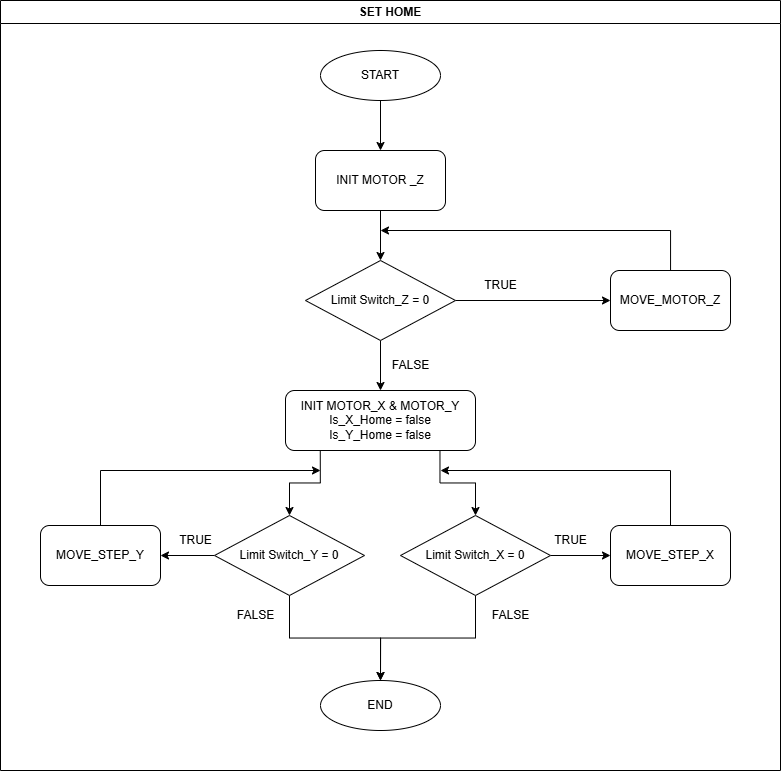
Earlier version of the draw.io export FLOWCHART/FLOWCHART-SET-HOME.png (Quynguyen34/CNC-Drill-Graduation-Project). Source tidied: cells renumbered, new cells last; positions are measured from the earlier drawing's top-left corner, leaving out a move shared by most shapes. Its diagram source:
```xml
<mxGraphModel>
  <root>
    <mxCell id="0" />
    <mxCell id="1" parent="0" />
    <mxCell id="2" style="edgeStyle=orthogonalEdgeStyle;rounded=0;jettySize=auto;html=1;" parent="1" edge="1" source="3" target="5">
      <mxGeometry relative="1" as="geometry" />
    </mxCell>
    <mxCell id="3" value="START" style="ellipse;whiteSpace=wrap;html=1;" parent="1" vertex="1">
      <mxGeometry x="320" y="50" width="120" height="50" as="geometry" />
    </mxCell>
    <mxCell id="4" style="edgeStyle=orthogonalEdgeStyle;rounded=0;jettySize=auto;html=1;" parent="1" edge="1" source="5" target="8">
      <mxGeometry relative="1" as="geometry" />
    </mxCell>
    <mxCell id="5" value="INIT MOTOR _Z" style="rounded=1;whiteSpace=wrap;html=1;" parent="1" vertex="1">
      <mxGeometry x="315" y="150" width="130" height="60" as="geometry" />
    </mxCell>
    <mxCell id="6" style="edgeStyle=orthogonalEdgeStyle;rounded=0;jettySize=auto;html=1;" parent="1" edge="1" source="8" target="10">
      <mxGeometry relative="1" as="geometry" />
    </mxCell>
    <mxCell id="7" style="edgeStyle=orthogonalEdgeStyle;rounded=0;jettySize=auto;html=1;" parent="1" edge="1" source="8" target="24">
      <mxGeometry relative="1" as="geometry" />
    </mxCell>
    <mxCell id="8" value="Limit Switch_Z = 0" style="rhombus;whiteSpace=wrap;html=1;" parent="1" vertex="1">
      <mxGeometry x="305" y="260" width="150" height="80" as="geometry" />
    </mxCell>
    <mxCell id="9" style="edgeStyle=orthogonalEdgeStyle;rounded=0;jettySize=auto;html=1;" parent="1" edge="1" source="10">
      <mxGeometry relative="1" as="geometry">
        <mxPoint x="380" y="230" as="targetPoint" />
        <Array as="points">
          <mxPoint x="670" y="230" />
        </Array>
      </mxGeometry>
    </mxCell>
    <mxCell id="10" value="MOVE_MOTOR_Z" style="rounded=1;whiteSpace=wrap;html=1;" parent="1" vertex="1">
      <mxGeometry x="610" y="270" width="120" height="60" as="geometry" />
    </mxCell>
    <mxCell id="11" value="TRUE" style="text;html=1;align=center;verticalAlign=middle;strokeColor=none;fillColor=none;" parent="1" vertex="1">
      <mxGeometry x="470" y="270" width="60" height="30" as="geometry" />
    </mxCell>
    <mxCell id="12" value="FALSE" style="text;html=1;align=center;verticalAlign=middle;strokeColor=none;fillColor=none;" parent="1" vertex="1">
      <mxGeometry x="380" y="350" width="60" height="30" as="geometry" />
    </mxCell>
    <mxCell id="13" style="edgeStyle=orthogonalEdgeStyle;rounded=0;jettySize=auto;html=1;" parent="1" edge="1" source="15" target="16">
      <mxGeometry relative="1" as="geometry" />
    </mxCell>
    <mxCell id="14" style="edgeStyle=orthogonalEdgeStyle;rounded=0;jettySize=auto;html=1;" parent="1" edge="1" source="15" target="26">
      <mxGeometry relative="1" as="geometry" />
    </mxCell>
    <mxCell id="15" value="Limit Switch_X = 0" style="rhombus;whiteSpace=wrap;html=1;" parent="1" vertex="1">
      <mxGeometry x="400" y="515" width="150" height="80" as="geometry" />
    </mxCell>
    <mxCell id="16" value="MOVE_STEP_X" style="rounded=1;whiteSpace=wrap;html=1;" parent="1" vertex="1">
      <mxGeometry x="610" y="525" width="120" height="60" as="geometry" />
    </mxCell>
    <mxCell id="17" style="edgeStyle=orthogonalEdgeStyle;rounded=0;jettySize=auto;html=1;" parent="1" edge="1" source="19" target="20">
      <mxGeometry relative="1" as="geometry" />
    </mxCell>
    <mxCell id="18" style="edgeStyle=orthogonalEdgeStyle;rounded=0;jettySize=auto;html=1;" parent="1" edge="1" source="19" target="26">
      <mxGeometry relative="1" as="geometry" />
    </mxCell>
    <mxCell id="19" value="Limit Switch_Y = 0" style="rhombus;whiteSpace=wrap;html=1;" parent="1" vertex="1">
      <mxGeometry x="214" y="515" width="150" height="80" as="geometry" />
    </mxCell>
    <mxCell id="20" value="MOVE_STEP_Y" style="rounded=1;whiteSpace=wrap;html=1;" parent="1" vertex="1">
      <mxGeometry x="40" y="525" width="120" height="60" as="geometry" />
    </mxCell>
    <mxCell id="21" value="TRUE" style="text;html=1;align=center;verticalAlign=middle;strokeColor=none;fillColor=none;" parent="1" vertex="1">
      <mxGeometry x="540" y="525" width="60" height="30" as="geometry" />
    </mxCell>
    <mxCell id="22" value="TRUE" style="text;html=1;align=center;verticalAlign=middle;strokeColor=none;fillColor=none;" parent="1" vertex="1">
      <mxGeometry x="165" y="525" width="60" height="30" as="geometry" />
    </mxCell>
    <mxCell id="23" style="edgeStyle=orthogonalEdgeStyle;rounded=0;jettySize=auto;html=1;entryX=0.5;entryY=0;entryDx=0;entryDy=0;exitX=0.813;exitY=0.987;exitDx=0;exitDy=0;exitPerimeter=0;" parent="1" edge="1" source="24" target="15">
      <mxGeometry relative="1" as="geometry" />
    </mxCell>
    <mxCell id="24" value="INIT MOTOR_X &amp;amp; MOTOR_Y&lt;div&gt;Is_X_Home = false&lt;/div&gt;&lt;div&gt;Is_Y_Home = false&lt;/div&gt;" style="rounded=1;whiteSpace=wrap;html=1;" parent="1" vertex="1">
      <mxGeometry x="285" y="390" width="190" height="60" as="geometry" />
    </mxCell>
    <mxCell id="25" style="edgeStyle=orthogonalEdgeStyle;rounded=0;jettySize=auto;html=1;entryX=0.5;entryY=0;entryDx=0;entryDy=0;exitX=0.183;exitY=1.008;exitDx=0;exitDy=0;exitPerimeter=0;" parent="1" edge="1" source="24" target="19">
      <mxGeometry relative="1" as="geometry" />
    </mxCell>
    <mxCell id="26" value="END" style="ellipse;whiteSpace=wrap;html=1;" parent="1" vertex="1">
      <mxGeometry x="320" y="680" width="120" height="50" as="geometry" />
    </mxCell>
    <mxCell id="27" value="FALSE" style="text;html=1;align=center;verticalAlign=middle;strokeColor=none;fillColor=none;" parent="1" vertex="1">
      <mxGeometry x="225" y="600" width="60" height="30" as="geometry" />
    </mxCell>
    <mxCell id="28" value="FALSE" style="text;html=1;align=center;verticalAlign=middle;strokeColor=none;fillColor=none;" parent="1" vertex="1">
      <mxGeometry x="480" y="600" width="60" height="30" as="geometry" />
    </mxCell>
    <mxCell id="29" value="SET HOME" style="swimlane;whiteSpace=wrap;html=1;" parent="1" vertex="1">
      <mxGeometry width="780" height="770" as="geometry" />
    </mxCell>
    <mxCell id="30" style="endArrow=classic;html=1;rounded=0;exitX=0.5;exitY=0;exitDx=0;exitDy=0;" parent="1" edge="1" source="16">
      <mxGeometry relative="1" as="geometry">
        <mxPoint x="440" y="470" as="targetPoint" />
        <Array as="points">
          <mxPoint x="670" y="470" />
        </Array>
      </mxGeometry>
    </mxCell>
    <mxCell id="31" style="endArrow=classic;html=1;rounded=0;exitX=0.5;exitY=0;exitDx=0;exitDy=0;" parent="1" edge="1" source="20">
      <mxGeometry relative="1" as="geometry">
        <mxPoint x="320" y="470" as="targetPoint" />
        <Array as="points">
          <mxPoint x="100" y="470" />
        </Array>
      </mxGeometry>
    </mxCell>
  </root>
</mxGraphModel>
```
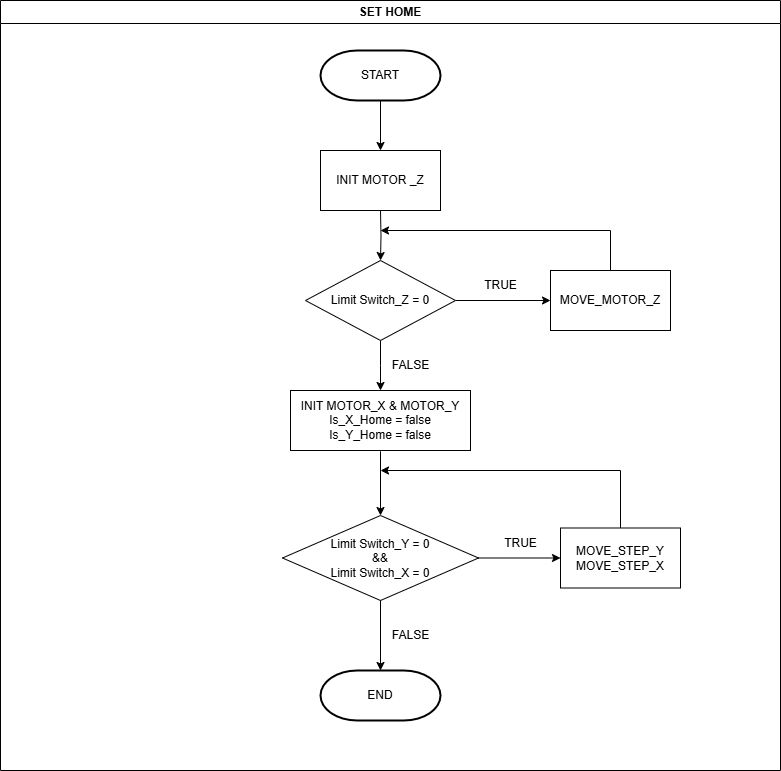
Later version of the same file.

Diff of the diagram source:
```diff
@@ -2,110 +2,98 @@
   <root>
     <mxCell id="0" />
     <mxCell id="1" parent="0" />
-    <mxCell id="2" style="edgeStyle=orthogonalEdgeStyle;rounded=0;jettySize=auto;html=1;" parent="1" edge="1" source="3" target="5">
-      <mxGeometry relative="1" as="geometry" />
-    </mxCell>
-    <mxCell id="3" value="START" style="ellipse;whiteSpace=wrap;html=1;" parent="1" vertex="1">
-      <mxGeometry x="320" y="50" width="120" height="50" as="geometry" />
-    </mxCell>
-    <mxCell id="4" style="edgeStyle=orthogonalEdgeStyle;rounded=0;jettySize=auto;html=1;" parent="1" edge="1" source="5" target="8">
-      <mxGeometry relative="1" as="geometry" />
+    <mxCell id="4" style="edgeStyle=orthogonalEdgeStyle;rounded=0;jettySize=auto;html=1;" parent="1" edge="1" target="8">
+      <mxGeometry relative="1" as="geometry">
+        <mxPoint x="380" y="210" as="sourcePoint" />
+      </mxGeometry>
     </mxCell>
-    <mxCell id="5" value="INIT MOTOR _Z" style="rounded=1;whiteSpace=wrap;html=1;" parent="1" vertex="1">
-      <mxGeometry x="315" y="150" width="130" height="60" as="geometry" />
-    </mxCell>
-    <mxCell id="6" style="edgeStyle=orthogonalEdgeStyle;rounded=0;jettySize=auto;html=1;" parent="1" edge="1" source="8" target="10">
-      <mxGeometry relative="1" as="geometry" />
+    <mxCell id="6" style="edgeStyle=orthogonalEdgeStyle;rounded=0;jettySize=auto;html=1;" parent="1" edge="1" source="8">
+      <mxGeometry relative="1" as="geometry">
+        <mxPoint x="550" y="300" as="targetPoint" />
+      </mxGeometry>
     </mxCell>
-    <mxCell id="7" style="edgeStyle=orthogonalEdgeStyle;rounded=0;jettySize=auto;html=1;" parent="1" edge="1" source="8" target="24">
-      <mxGeometry relative="1" as="geometry" />
+    <mxCell id="7" style="edgeStyle=orthogonalEdgeStyle;rounded=0;jettySize=auto;html=1;" parent="1" edge="1" source="8">
+      <mxGeometry relative="1" as="geometry">
+        <mxPoint x="380" y="390" as="targetPoint" />
+      </mxGeometry>
     </mxCell>
     <mxCell id="8" value="Limit Switch_Z = 0" style="rhombus;whiteSpace=wrap;html=1;" parent="1" vertex="1">
       <mxGeometry x="305" y="260" width="150" height="80" as="geometry" />
     </mxCell>
-    <mxCell id="9" style="edgeStyle=orthogonalEdgeStyle;rounded=0;jettySize=auto;html=1;" parent="1" edge="1" source="10">
+    <mxCell id="9" style="edgeStyle=orthogonalEdgeStyle;rounded=0;orthogonalLoop=1;jettySize=auto;html=1;exitX=0.5;exitY=0;exitDx=0;exitDy=0;" parent="1" edge="1">
       <mxGeometry relative="1" as="geometry">
+        <mxPoint x="610" y="270" as="sourcePoint" />
         <mxPoint x="380" y="230" as="targetPoint" />
         <Array as="points">
-          <mxPoint x="670" y="230" />
+          <mxPoint x="610" y="230" />
         </Array>
       </mxGeometry>
     </mxCell>
-    <mxCell id="10" value="MOVE_MOTOR_Z" style="rounded=1;whiteSpace=wrap;html=1;" parent="1" vertex="1">
-      <mxGeometry x="610" y="270" width="120" height="60" as="geometry" />
-    </mxCell>
     <mxCell id="11" value="TRUE" style="text;html=1;align=center;verticalAlign=middle;strokeColor=none;fillColor=none;" parent="1" vertex="1">
       <mxGeometry x="470" y="270" width="60" height="30" as="geometry" />
     </mxCell>
     <mxCell id="12" value="FALSE" style="text;html=1;align=center;verticalAlign=middle;strokeColor=none;fillColor=none;" parent="1" vertex="1">
       <mxGeometry x="380" y="350" width="60" height="30" as="geometry" />
     </mxCell>
-    <mxCell id="13" style="edgeStyle=orthogonalEdgeStyle;rounded=0;jettySize=auto;html=1;" parent="1" edge="1" source="15" target="16">
-      <mxGeometry relative="1" as="geometry" />
-    </mxCell>
-    <mxCell id="14" style="edgeStyle=orthogonalEdgeStyle;rounded=0;jettySize=auto;html=1;" parent="1" edge="1" source="15" target="26">
-      <mxGeometry relative="1" as="geometry" />
-    </mxCell>
-    <mxCell id="15" value="Limit Switch_X = 0" style="rhombus;whiteSpace=wrap;html=1;" parent="1" vertex="1">
-      <mxGeometry x="400" y="515" width="150" height="80" as="geometry" />
-    </mxCell>
-    <mxCell id="16" value="MOVE_STEP_X" style="rounded=1;whiteSpace=wrap;html=1;" parent="1" vertex="1">
-      <mxGeometry x="610" y="525" width="120" height="60" as="geometry" />
-    </mxCell>
-    <mxCell id="17" style="edgeStyle=orthogonalEdgeStyle;rounded=0;jettySize=auto;html=1;" parent="1" edge="1" source="19" target="20">
-      <mxGeometry relative="1" as="geometry" />
-    </mxCell>
-    <mxCell id="18" style="edgeStyle=orthogonalEdgeStyle;rounded=0;jettySize=auto;html=1;" parent="1" edge="1" source="19" target="26">
-      <mxGeometry relative="1" as="geometry" />
-    </mxCell>
+    <mxCell id="25" style="edgeStyle=orthogonalEdgeStyle;rounded=0;jettySize=auto;html=1;entryX=0.5;entryY=0;entryDx=0;entryDy=0;" parent="1" edge="1" target="19">
+      <mxGeometry relative="1" as="geometry">
+        <mxPoint x="380" y="450" as="sourcePoint" />
+        <Array as="points">
+          <mxPoint x="380" y="451" />
+        </Array>
+      </mxGeometry>
+    </mxCell>
+    <mxCell id="29" value="SET HOME" style="swimlane;whiteSpace=wrap;html=1;" parent="1" vertex="1">
+      <mxGeometry width="780" height="770" as="geometry" />
+    </mxCell>
+    <mxCell id="21" value="TRUE" style="text;html=1;align=center;verticalAlign=middle;strokeColor=none;fillColor=none;" parent="29" vertex="1">
+      <mxGeometry x="490" y="527.5" width="60" height="30" as="geometry" />
+    </mxCell>
+    <mxCell id="32" style="edgeStyle=orthogonalEdgeStyle;rounded=0;jettySize=auto;html=1;" parent="29" edge="1" source="19" target="34">
+      <mxGeometry relative="1" as="geometry" />
+    </mxCell>
-    <mxCell id="19" value="Limit Switch_Y = 0" style="rhombus;whiteSpace=wrap;html=1;" parent="1" vertex="1">
-      <mxGeometry x="214" y="515" width="150" height="80" as="geometry" />
+    <mxCell id="19" value="Limit Switch_Y = 0&lt;div&gt;&amp;amp;&amp;amp;&lt;/div&gt;&lt;div&gt;Limit Switch_X = 0&lt;br&gt;&lt;/div&gt;" style="rhombus;whiteSpace=wrap;html=1;" parent="29" vertex="1">
+      <mxGeometry x="282" y="515" width="196" height="85" as="geometry" />
     </mxCell>
-    <mxCell id="20" value="MOVE_STEP_Y" style="rounded=1;whiteSpace=wrap;html=1;" parent="1" vertex="1">
-      <mxGeometry x="40" y="525" width="120" height="60" as="geometry" />
-    </mxCell>
-    <mxCell id="21" value="TRUE" style="text;html=1;align=center;verticalAlign=middle;strokeColor=none;fillColor=none;" parent="1" vertex="1">
-      <mxGeometry x="540" y="525" width="60" height="30" as="geometry" />
-    </mxCell>
-    <mxCell id="22" value="TRUE" style="text;html=1;align=center;verticalAlign=middle;strokeColor=none;fillColor=none;" parent="1" vertex="1">
-      <mxGeometry x="165" y="525" width="60" height="30" as="geometry" />
-    </mxCell>
-    <mxCell id="23" style="edgeStyle=orthogonalEdgeStyle;rounded=0;jettySize=auto;html=1;entryX=0.5;entryY=0;entryDx=0;entryDy=0;exitX=0.813;exitY=0.987;exitDx=0;exitDy=0;exitPerimeter=0;" parent="1" edge="1" source="24" target="15">
-      <mxGeometry relative="1" as="geometry" />
-    </mxCell>
+    <mxCell id="27" value="FALSE" style="text;html=1;align=center;verticalAlign=middle;strokeColor=none;fillColor=none;" parent="29" vertex="1">
+      <mxGeometry x="380" y="620" width="60" height="30" as="geometry" />
+    </mxCell>
+    <mxCell id="33" style="edgeStyle=orthogonalEdgeStyle;rounded=0;jettySize=auto;html=1;exitX=0.5;exitY=1;exitDx=0;exitDy=0;" parent="29" edge="1" source="19">
+      <mxGeometry relative="1" as="geometry">
+        <mxPoint x="380" y="670" as="targetPoint" />
+        <Array as="points">
+          <mxPoint x="380" y="600" />
+        </Array>
+      </mxGeometry>
+    </mxCell>
+    <mxCell id="10" value="MOVE_MOTOR_Z" style="rounded=0;whiteSpace=wrap;html=1;" parent="29" vertex="1">
+      <mxGeometry x="550" y="270" width="120" height="60" as="geometry" />
+    </mxCell>
+    <mxCell id="5" value="INIT MOTOR _Z" style="rounded=0;whiteSpace=wrap;html=1;" parent="29" vertex="1">
+      <mxGeometry x="320" y="150" width="120" height="60" as="geometry" />
+    </mxCell>
-    <mxCell id="24" value="INIT MOTOR_X &amp;amp; MOTOR_Y&lt;div&gt;Is_X_Home = false&lt;/div&gt;&lt;div&gt;Is_Y_Home = false&lt;/div&gt;" style="rounded=1;whiteSpace=wrap;html=1;" parent="1" vertex="1">
-      <mxGeometry x="285" y="390" width="190" height="60" as="geometry" />
+    <mxCell id="24" value="INIT MOTOR_X &amp;amp; MOTOR_Y&lt;div&gt;Is_X_Home = false&lt;/div&gt;&lt;div&gt;Is_Y_Home = false&lt;/div&gt;" style="rounded=0;whiteSpace=wrap;html=1;" parent="29" vertex="1">
+      <mxGeometry x="290" y="390" width="180" height="60" as="geometry" />
     </mxCell>
-    <mxCell id="25" style="edgeStyle=orthogonalEdgeStyle;rounded=0;jettySize=auto;html=1;entryX=0.5;entryY=0;entryDx=0;entryDy=0;exitX=0.183;exitY=1.008;exitDx=0;exitDy=0;exitPerimeter=0;" parent="1" edge="1" source="24" target="19">
-      <mxGeometry relative="1" as="geometry" />
-    </mxCell>
+    <mxCell id="34" value="&lt;div&gt;MOVE_STEP_Y&lt;br&gt;&lt;/div&gt;MOVE_STEP_X" style="rounded=0;whiteSpace=wrap;html=1;" parent="29" vertex="1">
+      <mxGeometry x="560" y="527.5" width="120" height="60" as="geometry" />
+    </mxCell>
+    <mxCell id="2" style="edgeStyle=orthogonalEdgeStyle;rounded=0;jettySize=auto;html=1;" parent="29" edge="1" source="3" target="5">
+      <mxGeometry relative="1" as="geometry" />
+    </mxCell>
+    <mxCell id="3" value="START" style="strokeWidth=2;html=1;shape=mxgraph.flowchart.terminator;whiteSpace=wrap;" parent="29" vertex="1">
+      <mxGeometry x="320" y="50" width="120" height="50" as="geometry" />
+    </mxCell>
-    <mxCell id="26" value="END" style="ellipse;whiteSpace=wrap;html=1;" parent="1" vertex="1">
-      <mxGeometry x="320" y="680" width="120" height="50" as="geometry" />
+    <mxCell id="26" value="END" style="strokeWidth=2;html=1;shape=mxgraph.flowchart.terminator;whiteSpace=wrap;" parent="29" vertex="1">
+      <mxGeometry x="320" y="670" width="120" height="50" as="geometry" />
     </mxCell>
-    <mxCell id="27" value="FALSE" style="text;html=1;align=center;verticalAlign=middle;strokeColor=none;fillColor=none;" parent="1" vertex="1">
-      <mxGeometry x="225" y="600" width="60" height="30" as="geometry" />
-    </mxCell>
-    <mxCell id="28" value="FALSE" style="text;html=1;align=center;verticalAlign=middle;strokeColor=none;fillColor=none;" parent="1" vertex="1">
-      <mxGeometry x="480" y="600" width="60" height="30" as="geometry" />
-    </mxCell>
-    <mxCell id="29" value="SET HOME" style="swimlane;whiteSpace=wrap;html=1;" parent="1" vertex="1">
-      <mxGeometry width="780" height="770" as="geometry" />
-    </mxCell>
-    <mxCell id="30" style="endArrow=classic;html=1;rounded=0;exitX=0.5;exitY=0;exitDx=0;exitDy=0;" parent="1" edge="1" source="16">
+    <mxCell id="30" style="endArrow=classic;html=1;rounded=0;exitX=0.5;exitY=0;exitDx=0;exitDy=0;" parent="1" edge="1" source="34">
       <mxGeometry relative="1" as="geometry">
-        <mxPoint x="440" y="470" as="targetPoint" />
+        <mxPoint x="380" y="470" as="targetPoint" />
         <Array as="points">
-          <mxPoint x="670" y="470" />
+          <mxPoint x="620" y="470" />
         </Array>
       </mxGeometry>
     </mxCell>
-    <mxCell id="31" style="endArrow=classic;html=1;rounded=0;exitX=0.5;exitY=0;exitDx=0;exitDy=0;" parent="1" edge="1" source="20">
-      <mxGeometry relative="1" as="geometry">
-        <mxPoint x="320" y="470" as="targetPoint" />
-        <Array as="points">
-          <mxPoint x="100" y="470" />
-        </Array>
-      </mxGeometry>
-    </mxCell>
   </root>
 </mxGraphModel>
```
